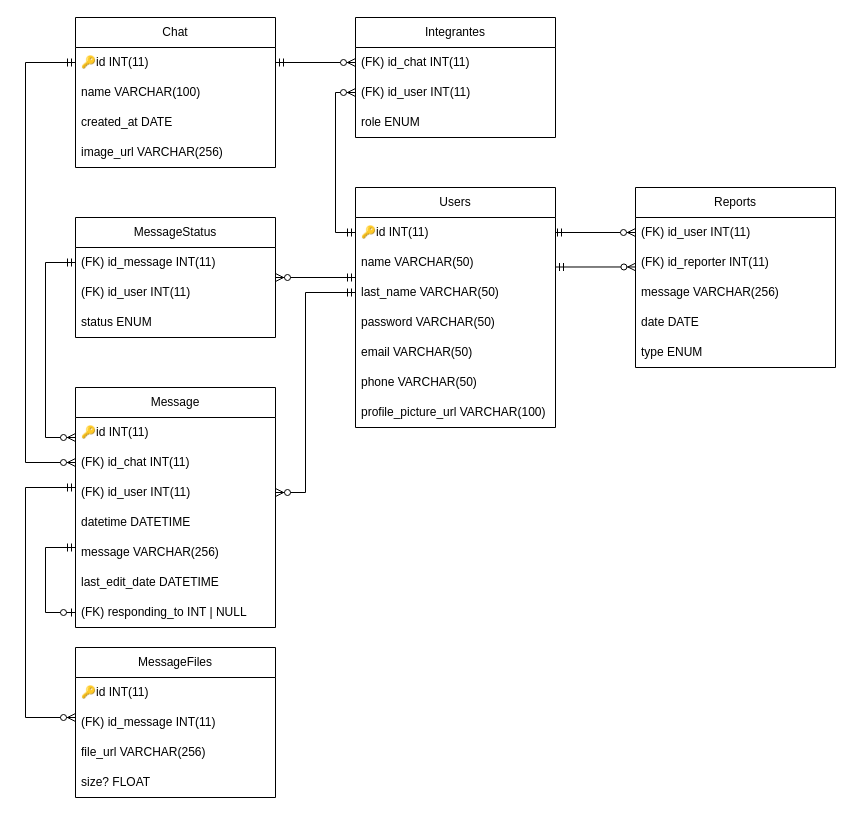
benjahuenchunir/React_Madrid_frontend keeps this draw.io diagram as modifiable/RelationalSchema.drawio. Above is the earlier version. Source tidied: cells renumbered, new cells numbered last; positions are measured from the earlier drawing's top-left corner, leaving out a move shared by most shapes. Both pictures are drawn from the tidied source at 100%, with x=0, y=0 at pixel (25, 17).
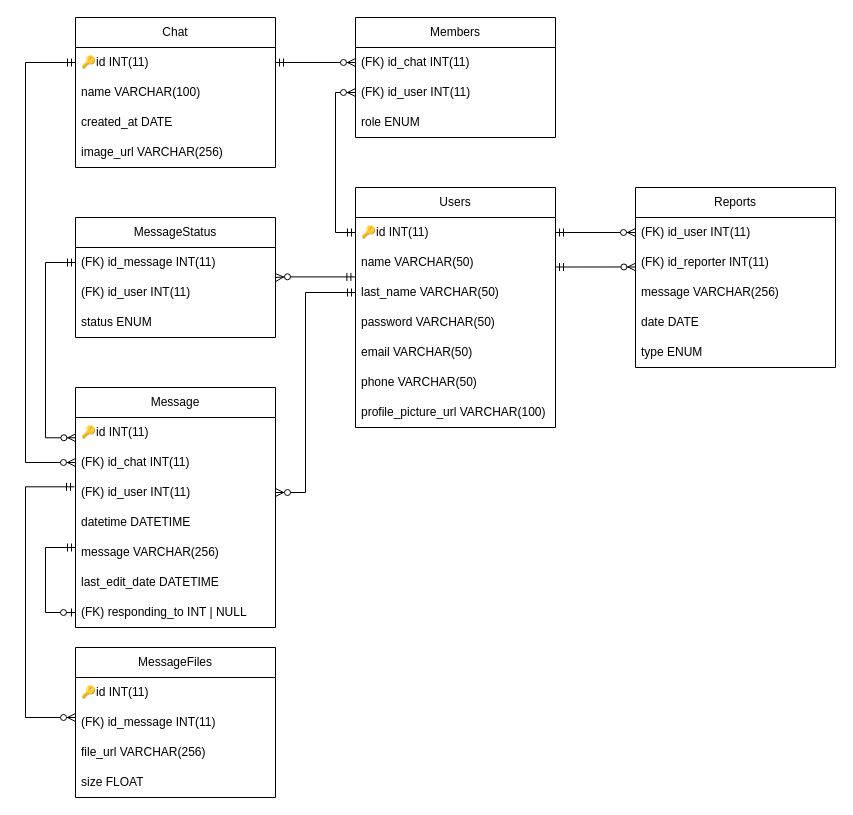
After the change.

Commit message (it also covers changes not shown here):
Actual ER-Model

Unchanged cells that the change refers to:
```xml
<mxCell id="3" value="🔑id INT(11)" style="text;strokeColor=none;fillColor=none;align=left;verticalAlign=middle;spacingLeft=4;spacingRight=4;overflow=hidden;points=[[0,0.5],[1,0.5]];portConstraint=eastwest;whiteSpace=wrap;html=1;" parent="2" vertex="1">
  <mxGeometry y="30" width="200" height="30" as="geometry" />
</mxCell>
<mxCell id="5" value="last_name VARCHAR(50)" style="text;strokeColor=none;fillColor=none;align=left;verticalAlign=middle;spacingLeft=4;spacingRight=4;overflow=hidden;points=[[0,0.5],[1,0.5]];portConstraint=eastwest;whiteSpace=wrap;html=1;" parent="2" vertex="1">
  <mxGeometry y="90" width="200" height="30" as="geometry" />
</mxCell>
<mxCell id="11" value="🔑id INT(11)" style="text;strokeColor=none;fillColor=none;align=left;verticalAlign=middle;spacingLeft=4;spacingRight=4;overflow=hidden;points=[[0,0.5],[1,0.5]];portConstraint=eastwest;whiteSpace=wrap;html=1;" parent="10" vertex="1">
  <mxGeometry y="30" width="200" height="30" as="geometry" />
</mxCell>
<mxCell id="20" value="(FK)&amp;nbsp;id_user INT(11)" style="text;strokeColor=none;fillColor=none;align=left;verticalAlign=middle;spacingLeft=4;spacingRight=4;overflow=hidden;points=[[0,0.5],[1,0.5]];portConstraint=eastwest;whiteSpace=wrap;html=1;" parent="19" vertex="1">
  <mxGeometry y="30" width="200" height="30" as="geometry" />
</mxCell>
<mxCell id="26" value="🔑id INT(11)" style="text;strokeColor=none;fillColor=none;align=left;verticalAlign=middle;spacingLeft=4;spacingRight=4;overflow=hidden;points=[[0,0.5],[1,0.5]];portConstraint=eastwest;whiteSpace=wrap;html=1;" parent="25" vertex="1">
  <mxGeometry y="30" width="200" height="30" as="geometry" />
</mxCell>
<mxCell id="27" value="(FK) id_chat INT(11)" style="text;strokeColor=none;fillColor=none;align=left;verticalAlign=middle;spacingLeft=4;spacingRight=4;overflow=hidden;points=[[0,0.5],[1,0.5]];portConstraint=eastwest;whiteSpace=wrap;html=1;" parent="25" vertex="1">
  <mxGeometry y="60" width="200" height="30" as="geometry" />
</mxCell>
<mxCell id="28" value="(FK) id_user INT(11)" style="text;strokeColor=none;fillColor=none;align=left;verticalAlign=middle;spacingLeft=4;spacingRight=4;overflow=hidden;points=[[0,0.5],[1,0.5]];portConstraint=eastwest;whiteSpace=wrap;html=1;" parent="25" vertex="1">
  <mxGeometry y="90" width="200" height="30" as="geometry" />
</mxCell>
<mxCell id="35" value="(FK) id_message INT(11)" style="text;strokeColor=none;fillColor=none;align=left;verticalAlign=middle;spacingLeft=4;spacingRight=4;overflow=hidden;points=[[0,0.5],[1,0.5]];portConstraint=eastwest;whiteSpace=wrap;html=1;" parent="34" vertex="1">
  <mxGeometry y="30" width="200" height="30" as="geometry" />
</mxCell>
<mxCell id="36" value="(FK) id_user INT(11)" style="text;strokeColor=none;fillColor=none;align=left;verticalAlign=middle;spacingLeft=4;spacingRight=4;overflow=hidden;points=[[0,0.5],[1,0.5]];portConstraint=eastwest;whiteSpace=wrap;html=1;" parent="34" vertex="1">
  <mxGeometry y="60" width="200" height="30" as="geometry" />
</mxCell>
<mxCell id="46" value="MessageFiles" style="swimlane;fontStyle=0;horizontal=1;startSize=30;whiteSpace=wrap;html=1;" parent="1" vertex="1">
  <mxGeometry x="50" y="630" width="200" height="150" as="geometry" />
</mxCell>
<mxCell id="48" value="(FK) id_message INT(11)" style="text;strokeColor=none;fillColor=none;align=left;verticalAlign=middle;spacingLeft=4;spacingRight=4;overflow=hidden;points=[[0,0.5],[1,0.5]];portConstraint=eastwest;whiteSpace=wrap;html=1;" parent="46" vertex="1">
  <mxGeometry y="60" width="200" height="30" as="geometry" />
</mxCell>
```

The edit, as a diff of the source:
```diff
@@
-    <mxCell id="15" value="Integrantes" style="swimlane;fontStyle=0;horizontal=1;startSize=30;whiteSpace=wrap;html=1;" parent="1" vertex="1">
+    <mxCell id="15" value="Members" style="swimlane;fontStyle=0;horizontal=1;startSize=30;whiteSpace=wrap;html=1;" parent="1" vertex="1">
       <mxGeometry x="330" width="200" height="120" as="geometry" />
     </mxCell>
@@
-    <mxCell id="40" style="fontSize=12;html=1;endArrow=ERzeroToMany;startArrow=ERmandOne;rounded=0;strokeColor=default;edgeStyle=orthogonalEdgeStyle;elbow=vertical;exitX=0;exitY=0.5;exitDx=0;exitDy=0;entryX=1;entryY=0.5;entryDx=0;entryDy=0;" parent="1" edge="1" target="28">
+    <mxCell id="40" style="fontSize=12;html=1;endArrow=ERzeroToMany;startArrow=ERmandOne;rounded=0;strokeColor=default;edgeStyle=orthogonalEdgeStyle;elbow=vertical;entryX=1;entryY=0.5;entryDx=0;entryDy=0;exitX=0;exitY=0.5;exitDx=0;exitDy=0;" parent="1" edge="1" source="5" target="28">
       <mxGeometry relative="1" as="geometry">
-        <mxPoint x="330" y="275" as="sourcePoint" />
         <Array as="points">
           <mxPoint x="280" y="275" />
           <mxPoint x="280" y="475" />
         </Array>
       </mxGeometry>
     </mxCell>
-    <mxCell id="41" style="fontSize=12;html=1;endArrow=ERzeroToMany;startArrow=ERmandOne;rounded=0;strokeColor=default;edgeStyle=orthogonalEdgeStyle;elbow=vertical;exitX=0;exitY=0.5;exitDx=0;exitDy=0;" parent="1" edge="1" source="35">
+    <mxCell id="41" style="fontSize=12;html=1;endArrow=ERzeroToMany;startArrow=ERmandOne;rounded=0;strokeColor=default;edgeStyle=orthogonalEdgeStyle;elbow=vertical;exitX=0;exitY=0.5;exitDx=0;exitDy=0;entryX=0.002;entryY=0.675;entryDx=0;entryDy=0;entryPerimeter=0;" parent="1" edge="1" source="35" target="26">
       <mxGeometry relative="1" as="geometry">
-        <mxPoint x="50" y="420" as="targetPoint" />
         <Array as="points">
           <mxPoint x="20" y="245" />
           <mxPoint x="20" y="420" />
         </Array>
       </mxGeometry>
     </mxCell>
-    <mxCell id="42" style="fontSize=12;html=1;endArrow=ERzeroToMany;startArrow=ERmandOne;rounded=0;strokeColor=default;edgeStyle=orthogonalEdgeStyle;elbow=vertical;exitX=0;exitY=0.5;exitDx=0;exitDy=0;" parent="1" edge="1" source="11" target="27">
+    <mxCell id="42" style="fontSize=12;html=1;endArrow=ERzeroToMany;startArrow=ERmandOne;rounded=0;strokeColor=default;edgeStyle=orthogonalEdgeStyle;elbow=vertical;exitX=0;exitY=0.5;exitDx=0;exitDy=0;entryX=0;entryY=0.5;entryDx=0;entryDy=0;" parent="1" edge="1" source="11" target="27">
       <mxGeometry relative="1" as="geometry">
         <Array as="points">
           <mxPoint y="45" />
           <mxPoint y="445" />
         </Array>
       </mxGeometry>
     </mxCell>
-    <mxCell id="43" style="fontSize=12;html=1;endArrow=ERzeroToMany;startArrow=ERmandOne;rounded=0;strokeColor=default;edgeStyle=orthogonalEdgeStyle;elbow=vertical;entryX=1;entryY=0;entryDx=0;entryDy=0;entryPerimeter=0;" parent="1" edge="1" target="36">
+    <mxCell id="43" style="fontSize=12;html=1;endArrow=ERzeroToMany;startArrow=ERmandOne;rounded=0;strokeColor=default;edgeStyle=orthogonalEdgeStyle;elbow=vertical;entryX=1;entryY=0;entryDx=0;entryDy=0;entryPerimeter=0;exitX=-0.003;exitY=-0.02;exitDx=0;exitDy=0;exitPerimeter=0;" parent="1" edge="1" source="5" target="36">
       <mxGeometry relative="1" as="geometry">
-        <mxPoint x="330" y="260" as="sourcePoint" />
         <Array as="points">
-          <mxPoint x="260" y="260" />
-          <mxPoint x="260" y="260" />
+          <mxPoint x="260" y="259" />
         </Array>
       </mxGeometry>
     </mxCell>
-    <mxCell id="44" style="fontSize=12;html=1;endArrow=ERzeroToMany;startArrow=ERmandOne;rounded=0;strokeColor=default;edgeStyle=orthogonalEdgeStyle;elbow=vertical;entryX=0;entryY=0.5;entryDx=0;entryDy=0;" parent="1" edge="1" target="20">
-      <mxGeometry relative="1" as="geometry">
-        <mxPoint x="540" y="215" as="sourcePoint" />
-        <Array as="points">
-          <mxPoint x="530" y="215" />
-        </Array>
-      </mxGeometry>
+    <mxCell id="44" style="fontSize=12;html=1;endArrow=ERzeroToMany;startArrow=ERmandOne;rounded=0;strokeColor=default;edgeStyle=orthogonalEdgeStyle;elbow=vertical;entryX=0;entryY=0.5;entryDx=0;entryDy=0;exitX=1;exitY=0.5;exitDx=0;exitDy=0;" parent="1" edge="1" source="3" target="20">
+      <mxGeometry relative="1" as="geometry" />
     </mxCell>
@@
-    <mxCell id="50" value="size? FLOAT" style="text;strokeColor=none;fillColor=none;align=left;verticalAlign=middle;spacingLeft=4;spacingRight=4;overflow=hidden;whiteSpace=wrap;html=1;" parent="46" vertex="1">
+    <mxCell id="50" value="size FLOAT" style="text;strokeColor=none;fillColor=none;align=left;verticalAlign=middle;spacingLeft=4;spacingRight=4;overflow=hidden;whiteSpace=wrap;html=1;" parent="46" vertex="1">
       <mxGeometry y="120" width="200" height="30" as="geometry" />
     </mxCell>
-    <mxCell id="51" style="fontSize=12;html=1;endArrow=ERzeroToMany;startArrow=ERmandOne;rounded=0;strokeColor=default;edgeStyle=orthogonalEdgeStyle;elbow=vertical;exitX=0;exitY=0.5;exitDx=0;exitDy=0;" parent="1" edge="1">
+    <mxCell id="51" style="fontSize=12;html=1;endArrow=ERzeroToMany;startArrow=ERmandOne;rounded=0;strokeColor=default;edgeStyle=orthogonalEdgeStyle;elbow=vertical;exitX=-0.005;exitY=0.31;exitDx=0;exitDy=0;exitPerimeter=0;entryX=0;entryY=0.333;entryDx=0;entryDy=0;entryPerimeter=0;" parent="1" edge="1" source="28" target="48">
       <mxGeometry relative="1" as="geometry">
-        <mxPoint x="50" y="470" as="sourcePoint" />
-        <mxPoint x="50" y="700" as="targetPoint" />
         <Array as="points">
-          <mxPoint y="470" />
+          <mxPoint y="469" />
           <mxPoint y="700" />
-          <mxPoint x="50" y="700" />
         </Array>
       </mxGeometry>
     </mxCell>
```
